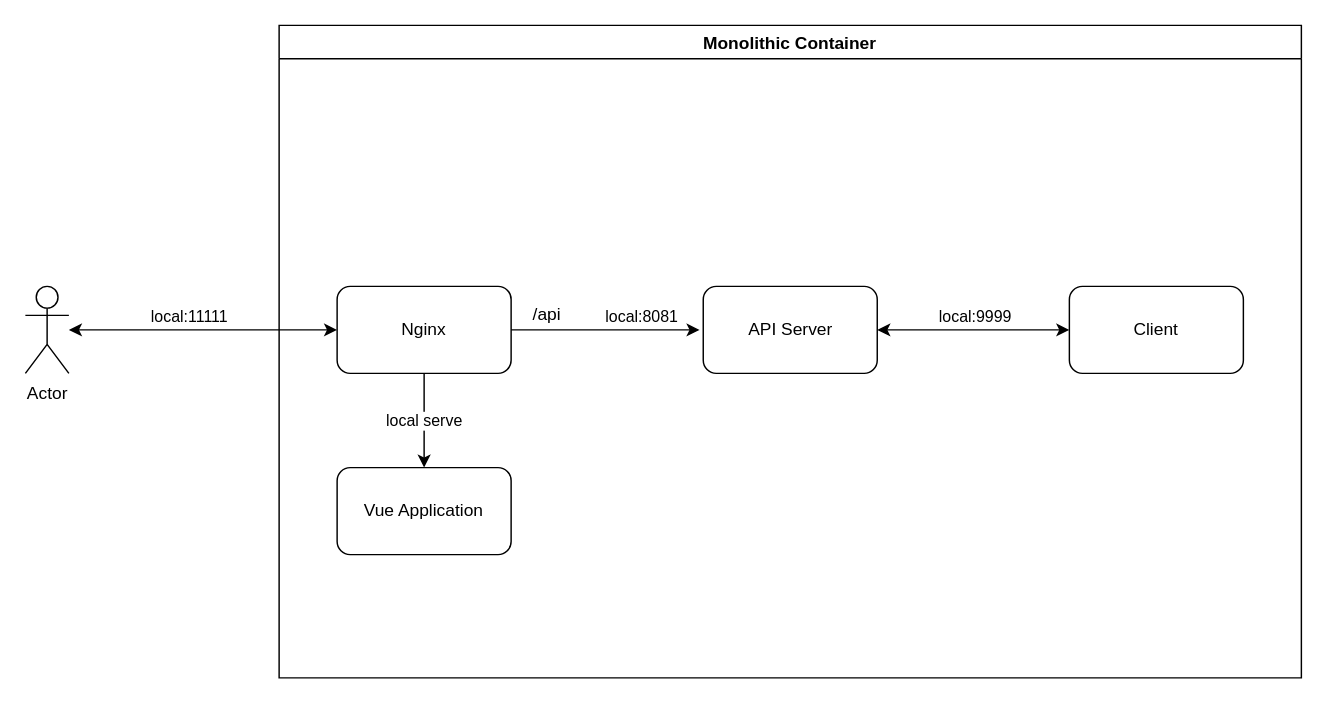
Before: page "monolithic" (2 of 4) of docs/Demo Diagram.drawio in TheDarkTrumpet/docker-tcp-with-go, a draw.io diagram. Source tidied: cells renumbered, new cells numbered last; positions are measured from the earlier drawing's top-left corner, leaving out a move shared by most shapes. Both pictures are drawn from the tidied source at 145%, with x=0, y=0 at pixel (25, 25).
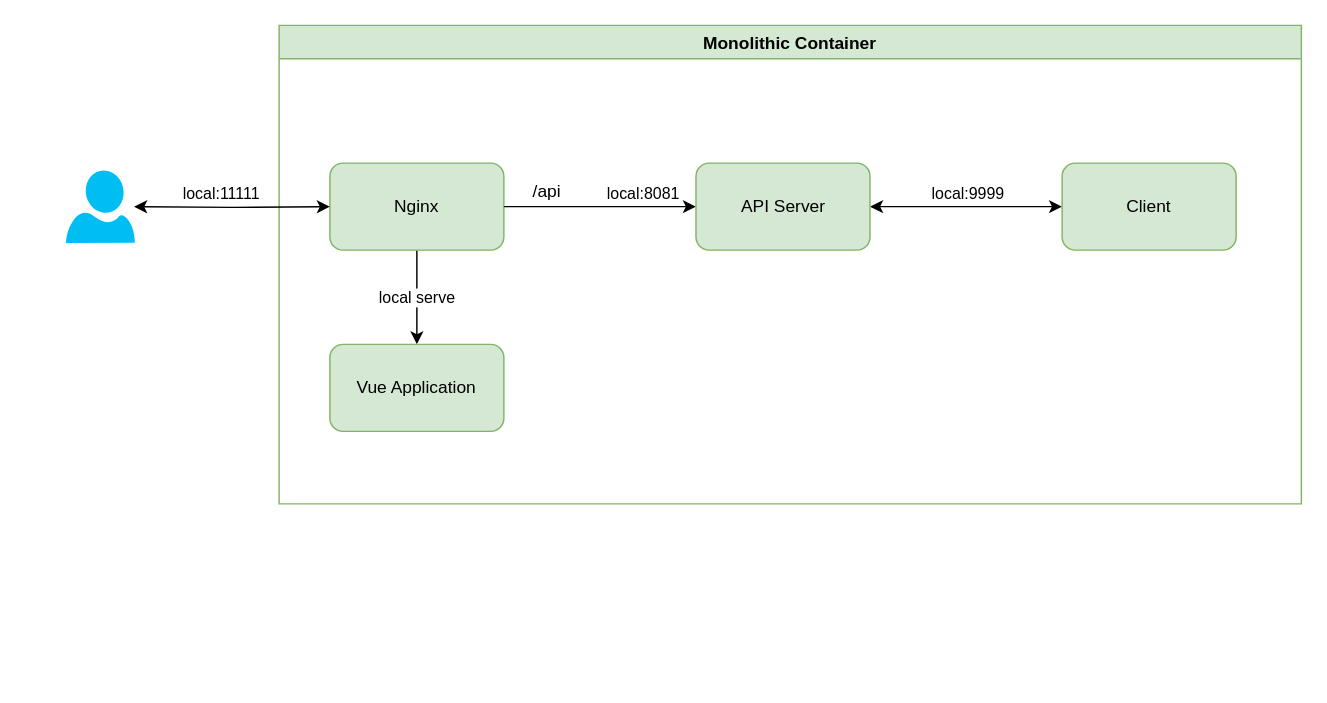
After the change.

Change to the diagram source:
```diff
@@
 <mxGraphModel>
   <root>
     <mxCell id="0" />
     <mxCell id="1" parent="0" />
-    <mxCell id="2" value="Monolithic Container" style="swimlane;" parent="1" vertex="1">
-      <mxGeometry x="175" width="705" height="450" as="geometry" />
+    <mxCell id="2" value="Monolithic Container" style="swimlane;fillColor=#d5e8d4;strokeColor=#82b366;" parent="1" vertex="1">
+      <mxGeometry x="175" width="705" height="330" as="geometry" />
     </mxCell>
     <mxCell id="3" value="local serve" style="edgeStyle=orthogonalEdgeStyle;rounded=0;jettySize=auto;html=1;entryX=0.5;entryY=0;entryDx=0;entryDy=0;startArrow=none;startFill=0;endArrow=classic;endFill=1;" parent="2" edge="1" source="4" target="9">
       <mxGeometry relative="1" as="geometry" />
     </mxCell>
-    <mxCell id="4" value="Nginx" style="rounded=1;whiteSpace=wrap;html=1;" parent="2" vertex="1">
-      <mxGeometry x="40" y="180" width="120" height="60" as="geometry" />
+    <mxCell id="4" value="Nginx" style="rounded=1;whiteSpace=wrap;html=1;fillColor=#d5e8d4;strokeColor=#82b366;" parent="2" vertex="1">
+      <mxGeometry x="35" y="95" width="120" height="60" as="geometry" />
     </mxCell>
     <mxCell id="5" style="edgeStyle=orthogonalEdgeStyle;rounded=0;jettySize=auto;html=1;entryX=0;entryY=0.5;entryDx=0;entryDy=0;startArrow=classic;startFill=1;endArrow=classic;endFill=1;" parent="2" edge="1" source="7" target="8">
       <mxGeometry relative="1" as="geometry" />
     </mxCell>
     <mxCell id="6" value="local:9999" style="edgeLabel;html=1;align=center;verticalAlign=middle;" parent="5" vertex="1">
       <mxGeometry x="-0.3" y="1" relative="1" as="geometry">
         <mxPoint x="21" y="-9" as="offset" />
       </mxGeometry>
     </mxCell>
+    <mxCell id="16" style="edgeStyle=none;rounded=0;jettySize=auto;html=1;entryX=1;entryY=0.5;entryDx=0;entryDy=0;startArrow=classic;startFill=1;endArrow=none;endFill=0;" parent="2" edge="1" source="7" target="4">
+      <mxGeometry relative="1" as="geometry" />
+    </mxCell>
-    <mxCell id="7" value="API Server" style="rounded=1;whiteSpace=wrap;html=1;" parent="2" vertex="1">
-      <mxGeometry x="292.5" y="180" width="120" height="60" as="geometry" />
+    <mxCell id="7" value="API Server" style="rounded=1;whiteSpace=wrap;html=1;fillColor=#d5e8d4;strokeColor=#82b366;" parent="2" vertex="1">
+      <mxGeometry x="287.5" y="95" width="120" height="60" as="geometry" />
     </mxCell>
-    <mxCell id="8" value="Client" style="rounded=1;whiteSpace=wrap;html=1;" parent="2" vertex="1">
-      <mxGeometry x="545" y="180" width="120" height="60" as="geometry" />
+    <mxCell id="8" value="Client" style="rounded=1;whiteSpace=wrap;html=1;fillColor=#d5e8d4;strokeColor=#82b366;" parent="2" vertex="1">
+      <mxGeometry x="540" y="95" width="120" height="60" as="geometry" />
     </mxCell>
-    <mxCell id="9" value="Vue Application" style="rounded=1;whiteSpace=wrap;html=1;" parent="2" vertex="1">
-      <mxGeometry x="40" y="305" width="120" height="60" as="geometry" />
+    <mxCell id="9" value="Vue Application" style="rounded=1;whiteSpace=wrap;html=1;fillColor=#d5e8d4;strokeColor=#82b366;" parent="2" vertex="1">
+      <mxGeometry x="35" y="220" width="120" height="60" as="geometry" />
     </mxCell>
     <mxCell id="10" value="/api" style="text;html=1;strokeColor=none;fillColor=none;align=center;verticalAlign=middle;whiteSpace=wrap;rounded=0;" parent="2" vertex="1">
-      <mxGeometry x="165" y="190" width="40" height="20" as="geometry" />
+      <mxGeometry x="165" y="105" width="40" height="20" as="geometry" />
     </mxCell>
+    <mxCell id="15" value="local:8081" style="edgeLabel;html=1;align=center;verticalAlign=middle;" parent="2" vertex="1">
+      <mxGeometry x="250" y="115" as="geometry" />
+    </mxCell>
-    <mxCell id="11" style="edgeStyle=orthogonalEdgeStyle;rounded=0;jettySize=auto;html=1;startArrow=classic;startFill=1;endArrow=classic;endFill=1;" parent="1" edge="1" source="13" target="4">
-      <mxGeometry relative="1" as="geometry" />
+    <mxCell id="11" style="edgeStyle=orthogonalEdgeStyle;rounded=0;jettySize=auto;html=1;startArrow=classic;startFill=1;endArrow=classic;endFill=1;" parent="1" edge="1" target="4">
+      <mxGeometry relative="1" as="geometry">
+        <mxPoint x="75" y="125" as="sourcePoint" />
+      </mxGeometry>
     </mxCell>
     <mxCell id="12" value="local:11111" style="edgeLabel;html=1;align=center;verticalAlign=middle;" parent="11" vertex="1">
       <mxGeometry x="-0.11" y="-1" relative="1" as="geometry">
         <mxPoint y="-11" as="offset" />
       </mxGeometry>
     </mxCell>
-    <mxCell id="13" value="Actor" style="shape=umlActor;verticalLabelPosition=bottom;verticalAlign=top;html=1;outlineConnect=0;" parent="1" vertex="1">
-      <mxGeometry y="180" width="30" height="60" as="geometry" />
-    </mxCell>
-    <mxCell id="14" style="edgeStyle=orthogonalEdgeStyle;rounded=0;jettySize=auto;html=1;startArrow=none;startFill=0;endArrow=classic;endFill=1;" parent="1" edge="1" source="4">
-      <mxGeometry relative="1" as="geometry">
-        <mxPoint x="465" y="210" as="targetPoint" />
-      </mxGeometry>
-    </mxCell>
-    <mxCell id="15" value="local:8081" style="edgeLabel;html=1;align=center;verticalAlign=middle;" parent="14" vertex="1">
-      <mxGeometry x="0.23" y="-3" relative="1" as="geometry">
-        <mxPoint x="10" y="-13" as="offset" />
-      </mxGeometry>
-    </mxCell>
+    <mxCell id="17" style="verticalLabelPosition=bottom;html=1;verticalAlign=top;align=center;strokeColor=none;fillColor=#00BEF2;shape=mxgraph.azure.user;" parent="1" vertex="1">
+      <mxGeometry x="28" y="100" width="47.5" height="50" as="geometry" />
+    </mxCell>
   </root>
 </mxGraphModel>
```
